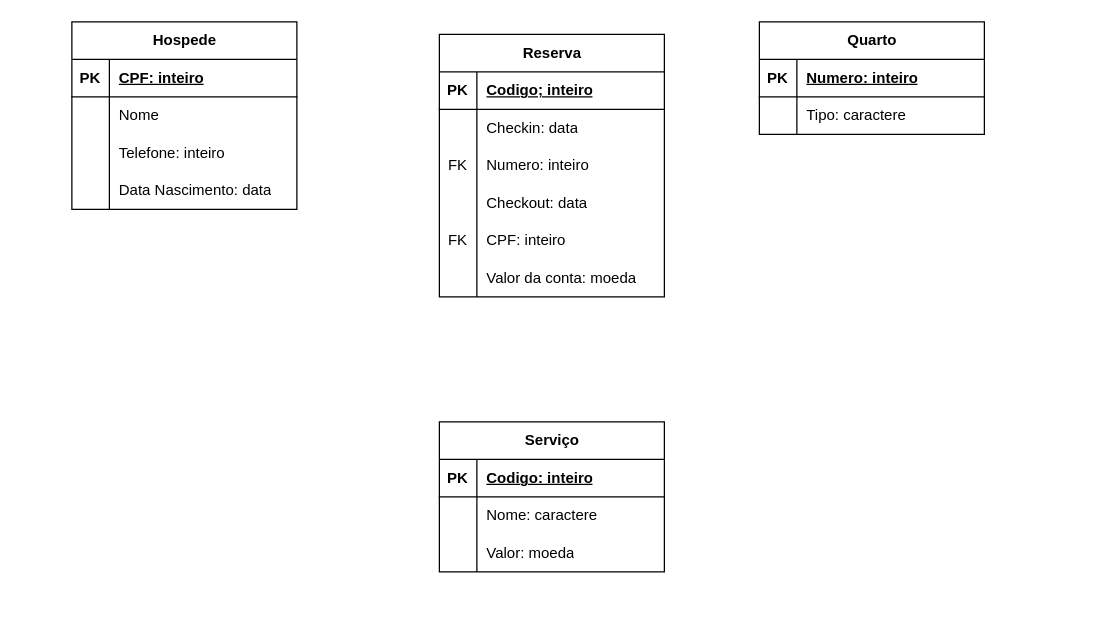
Earlier version of the draw.io diagram atividade em sala.drawio (adiantaduh/bd1). Source tidied: cells renumbered, new cells numbered last; positions are measured from the earlier drawing's top-left corner, leaving out a move shared by most shapes. Both pictures are drawn from the tidied source at 125%, with x=0, y=0 at pixel (71, 21).
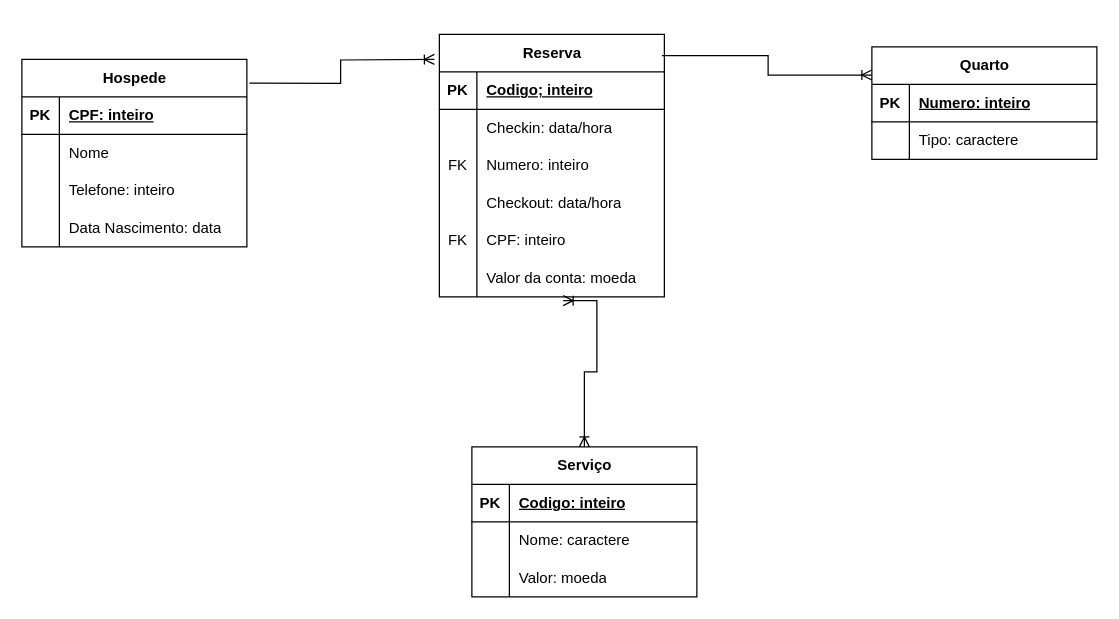
After the change.

Unchanged cells that the change refers to:
```xml
<mxCell id="32" value="Reserva" style="shape=table;startSize=30;childLayout=tableLayout;rowLines=0;fontStyle=1;align=center;html=1;" parent="1" vertex="1">
  <mxGeometry x="294" y="10" width="180" height="210" as="geometry" />
</mxCell>
<mxCell id="36" style="shape=tableRow;horizontal=0;startSize=0;swimlaneHead=0;swimlaneBody=0;fillColor=none;top=0;left=0;right=0;bottom=0;" parent="32" vertex="1">
  <mxGeometry y="60" width="180" height="30" as="geometry" />
</mxCell>
<mxCell id="42" style="shape=tableRow;horizontal=0;startSize=0;swimlaneHead=0;swimlaneBody=0;fillColor=none;top=0;left=0;right=0;bottom=0;" parent="32" vertex="1">
  <mxGeometry y="120" width="180" height="30" as="geometry" />
</mxCell>
<mxCell id="48" style="shape=tableRow;horizontal=0;startSize=0;swimlaneHead=0;swimlaneBody=0;fillColor=none;points=[[0,0.5],[1,0.5]];portConstraint=eastwest;top=0;left=0;right=0;bottom=0;" parent="32" vertex="1">
  <mxGeometry y="180" width="180" height="30" as="geometry" />
</mxCell>
```

What changed in the source:
```diff
@@
     <mxCell id="2" value="Hospede" style="shape=table;startSize=30;childLayout=tableLayout;rowLines=0;fontStyle=1;align=center;html=1;" parent="1" vertex="1">
-      <mxGeometry width="180" height="150" as="geometry" />
+      <mxGeometry x="-40" y="30" width="180" height="150" as="geometry" />
     </mxCell>
@@
     <mxCell id="15" value="Serviço" style="shape=table;startSize=30;childLayout=tableLayout;rowLines=0;fontStyle=1;align=center;html=1;" parent="1" vertex="1">
-      <mxGeometry x="294" y="320" width="180" height="120" as="geometry" />
+      <mxGeometry x="320" y="340" width="180" height="120" as="geometry" />
     </mxCell>
@@
     <mxCell id="25" value="Quarto" style="shape=table;startSize=30;childLayout=tableLayout;rowLines=0;fontStyle=1;align=center;html=1;" parent="1" vertex="1">
-      <mxGeometry x="550" width="180" height="90" as="geometry" />
+      <mxGeometry x="640" y="20" width="180" height="90" as="geometry" />
     </mxCell>
@@
-    <mxCell id="38" value="Checkin: data" style="shape=partialRectangle;fillColor=none;top=0;left=0;bottom=0;right=0;align=left;spacingLeft=6;overflow=hidden;whiteSpace=wrap;html=1;" parent="36" vertex="1">
+    <mxCell id="38" value="Checkin: data/hora" style="shape=partialRectangle;fillColor=none;top=0;left=0;bottom=0;right=0;align=left;spacingLeft=6;overflow=hidden;whiteSpace=wrap;html=1;" parent="36" vertex="1">
       <mxGeometry x="30" width="150" height="30" as="geometry" />
     </mxCell>
@@
-    <mxCell id="44" value="Checkout: data" style="shape=partialRectangle;fillColor=none;top=0;left=0;bottom=0;right=0;align=left;spacingLeft=6;overflow=hidden;whiteSpace=wrap;html=1;" parent="42" vertex="1">
+    <mxCell id="44" value="Checkout: data/hora" style="shape=partialRectangle;fillColor=none;top=0;left=0;bottom=0;right=0;align=left;spacingLeft=6;overflow=hidden;whiteSpace=wrap;html=1;" parent="42" vertex="1">
       <mxGeometry x="30" width="150" height="30" as="geometry" />
     </mxCell>
@@
+    <mxCell id="51" style="edgeStyle=orthogonalEdgeStyle;fontSize=12;html=1;endArrow=ERoneToMany;rounded=0;exitX=1.011;exitY=0.127;exitDx=0;exitDy=0;exitPerimeter=0;" parent="1" edge="1" source="2">
+      <mxGeometry relative="1" as="geometry">
+        <mxPoint x="290" y="30" as="targetPoint" />
+      </mxGeometry>
+    </mxCell>
+    <mxCell id="52" style="edgeStyle=orthogonalEdgeStyle;fontSize=12;html=1;endArrow=ERoneToMany;rounded=0;strokeColor=default;align=center;verticalAlign=middle;fontFamily=Helvetica;fontColor=default;labelBackgroundColor=default;exitX=0.989;exitY=0.081;exitDx=0;exitDy=0;exitPerimeter=0;entryX=0;entryY=0.25;entryDx=0;entryDy=0;" parent="1" edge="1" source="32" target="25">
+      <mxGeometry relative="1" as="geometry" />
+    </mxCell>
+    <mxCell id="53" style="edgeStyle=orthogonalEdgeStyle;fontSize=12;html=1;endArrow=ERoneToMany;startArrow=ERoneToMany;rounded=0;strokeColor=default;align=center;verticalAlign=middle;fontFamily=Helvetica;fontColor=default;labelBackgroundColor=default;exitX=0.5;exitY=0;exitDx=0;exitDy=0;entryX=0.55;entryY=1.1;entryDx=0;entryDy=0;entryPerimeter=0;" parent="1" edge="1" source="15" target="48">
+      <mxGeometry relative="1" as="geometry">
+        <Array as="points">
+          <mxPoint x="410" y="280" />
+          <mxPoint x="420" y="280" />
+          <mxPoint x="420" y="223" />
+        </Array>
+      </mxGeometry>
+    </mxCell>
```
